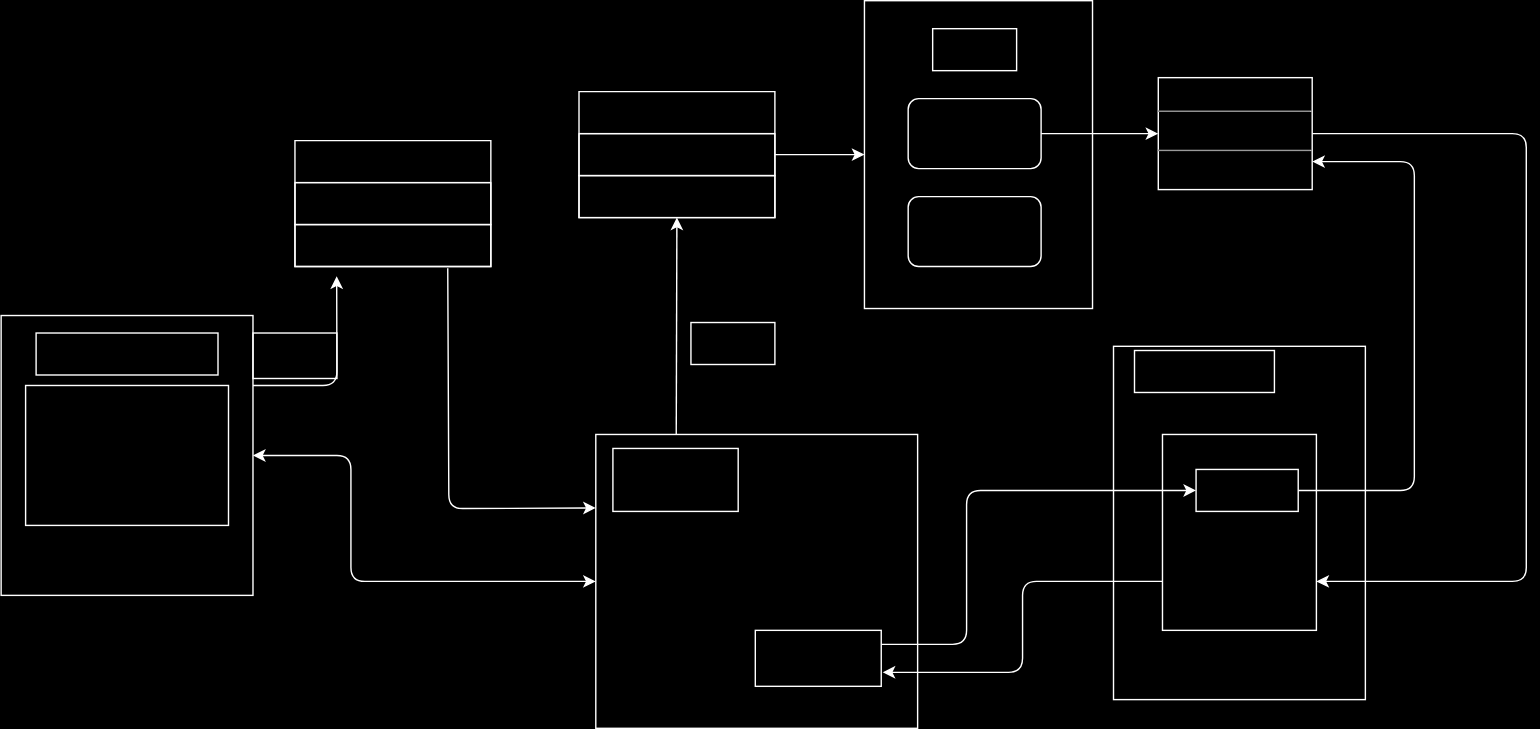
Before: chrx/bridge.drawio.svg, a diagram exported from draw.io (chrxer/chrx-design). Source tidied: cells renumbered, new cells last; positions are measured from the earlier drawing's top-left corner, leaving out a move shared by most shapes.
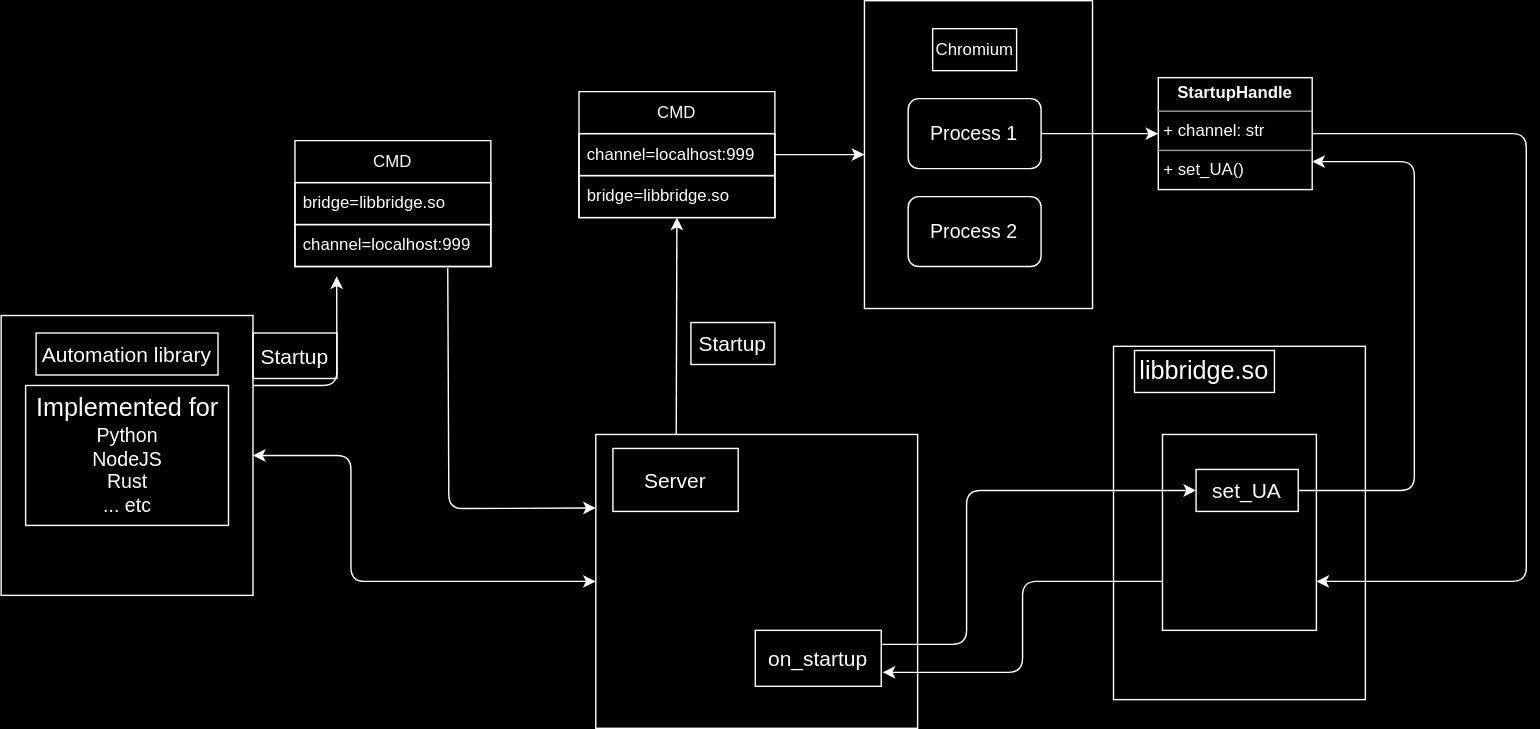
After the commit.

Commit message:
make text white

Diff of the diagram source:
```diff
@@ -2,22 +2,22 @@
   <root>
     <mxCell id="0" />
     <mxCell id="1" parent="0" />
-    <mxCell id="2" style="rounded=0;whiteSpace=wrap;html=1;fillColor=none;strokeColor=#FFFFFF;" parent="1" vertex="1">
+    <mxCell id="2" style="rounded=0;whiteSpace=wrap;html=1;fillColor=none;strokeColor=#FFFFFF;fontColor=#FFFFFF;" parent="1" vertex="1">
       <mxGeometry x="617" width="163" height="220" as="geometry" />
     </mxCell>
-    <mxCell id="3" value="CMD" style="swimlane;fontStyle=0;horizontal=1;startSize=30;whiteSpace=wrap;html=1;fillColor=none;strokeColor=#FFFFFF;" parent="1" vertex="1">
+    <mxCell id="3" value="CMD" style="swimlane;fontStyle=0;horizontal=1;startSize=30;whiteSpace=wrap;html=1;fillColor=none;strokeColor=#FFFFFF;fontColor=#FFFFFF;" parent="1" vertex="1">
       <mxGeometry x="413" y="65" width="140" height="90" as="geometry" />
     </mxCell>
-    <mxCell id="4" value="channel=localhost:999" style="text;strokeColor=#FFFFFF;fillColor=none;align=left;verticalAlign=middle;spacingLeft=4;spacingRight=4;overflow=hidden;points=[[0,0.5],[1,0.5]];portConstraint=eastwest;whiteSpace=wrap;html=1;" parent="3" vertex="1">
+    <mxCell id="4" value="channel=localhost:999" style="text;strokeColor=#FFFFFF;fillColor=none;align=left;verticalAlign=middle;spacingLeft=4;spacingRight=4;overflow=hidden;points=[[0,0.5],[1,0.5]];portConstraint=eastwest;whiteSpace=wrap;html=1;fontColor=#FFFFFF;" parent="3" vertex="1">
       <mxGeometry y="30" width="140" height="30" as="geometry" />
     </mxCell>
-    <mxCell id="5" value="bridge=libbridge.so" style="text;strokeColor=#FFFFFF;fillColor=none;align=left;verticalAlign=middle;spacingLeft=4;spacingRight=4;overflow=hidden;points=[[0,0.5],[1,0.5]];portConstraint=eastwest;whiteSpace=wrap;html=1;" parent="3" vertex="1">
+    <mxCell id="5" value="bridge=libbridge.so" style="text;strokeColor=#FFFFFF;fillColor=none;align=left;verticalAlign=middle;spacingLeft=4;spacingRight=4;overflow=hidden;points=[[0,0.5],[1,0.5]];portConstraint=eastwest;whiteSpace=wrap;html=1;fontColor=#FFFFFF;" parent="3" vertex="1">
       <mxGeometry y="60" width="140" height="30" as="geometry" />
     </mxCell>
-    <mxCell id="6" style="edgeStyle=none;html=1;exitX=1;exitY=0.5;exitDx=0;exitDy=0;entryX=0;entryY=0.5;entryDx=0;entryDy=0;strokeColor=#FFFFFF;" parent="1" edge="1" source="4" target="2">
+    <mxCell id="6" style="edgeStyle=none;html=1;exitX=1;exitY=0.5;exitDx=0;exitDy=0;entryX=0;entryY=0.5;entryDx=0;entryDy=0;strokeColor=#FFFFFF;fontColor=#FFFFFF;" parent="1" edge="1" source="4" target="2">
       <mxGeometry relative="1" as="geometry" />
     </mxCell>
-    <mxCell id="7" style="edgeStyle=none;html=1;exitX=1;exitY=0.5;exitDx=0;exitDy=0;fontSize=15;entryX=1;entryY=0.75;entryDx=0;entryDy=0;strokeColor=#FFFFFF;" parent="1" edge="1" source="8" target="23">
+    <mxCell id="7" style="edgeStyle=none;html=1;exitX=1;exitY=0.5;exitDx=0;exitDy=0;fontSize=15;entryX=1;entryY=0.75;entryDx=0;entryDy=0;strokeColor=#FFFFFF;fontColor=#FFFFFF;" parent="1" edge="1" source="8" target="23">
       <mxGeometry relative="1" as="geometry">
         <Array as="points">
           <mxPoint x="1090" y="95" />
@@ -25,49 +25,49 @@
         </Array>
       </mxGeometry>
     </mxCell>
-    <mxCell id="8" value="&lt;p style=&quot;margin:0px;margin-top:4px;text-align:center;&quot;&gt;&lt;b&gt;StartupHandle&lt;/b&gt;&lt;/p&gt;&lt;hr size=&quot;1&quot;&gt;&lt;p style=&quot;margin:0px;margin-left:4px;&quot;&gt;+ channel: str&amp;nbsp;&lt;/p&gt;&lt;hr size=&quot;1&quot;&gt;&lt;p style=&quot;margin:0px;margin-left:4px;&quot;&gt;+ set_UA()&lt;/p&gt;" style="verticalAlign=top;align=left;overflow=fill;fontSize=12;fontFamily=Helvetica;html=1;fillColor=none;strokeColor=#FFFFFF;" parent="1" vertex="1">
+    <mxCell id="8" value="&lt;p style=&quot;margin:0px;margin-top:4px;text-align:center;&quot;&gt;&lt;b&gt;StartupHandle&lt;/b&gt;&lt;/p&gt;&lt;hr size=&quot;1&quot;&gt;&lt;p style=&quot;margin:0px;margin-left:4px;&quot;&gt;+ channel: str&amp;nbsp;&lt;/p&gt;&lt;hr size=&quot;1&quot;&gt;&lt;p style=&quot;margin:0px;margin-left:4px;&quot;&gt;+ set_UA()&lt;/p&gt;" style="verticalAlign=top;align=left;overflow=fill;fontSize=12;fontFamily=Helvetica;html=1;fillColor=none;strokeColor=#FFFFFF;fontColor=#FFFFFF;" parent="1" vertex="1">
       <mxGeometry x="827" y="55" width="110" height="80" as="geometry" />
     </mxCell>
-    <mxCell id="9" style="edgeStyle=none;html=1;exitX=1;exitY=0.5;exitDx=0;exitDy=0;entryX=0;entryY=0.5;entryDx=0;entryDy=0;strokeColor=#FFFFFF;" parent="1" edge="1" source="10" target="8">
+    <mxCell id="9" style="edgeStyle=none;html=1;exitX=1;exitY=0.5;exitDx=0;exitDy=0;entryX=0;entryY=0.5;entryDx=0;entryDy=0;strokeColor=#FFFFFF;fontColor=#FFFFFF;" parent="1" edge="1" source="10" target="8">
       <mxGeometry relative="1" as="geometry" />
     </mxCell>
-    <mxCell id="10" value="&lt;font style=&quot;font-size: 14px;&quot;&gt;Process 1&lt;/font&gt;" style="rounded=1;whiteSpace=wrap;html=1;fillColor=none;strokeColor=#FFFFFF;" parent="1" vertex="1">
+    <mxCell id="10" value="&lt;font style=&quot;font-size: 14px;&quot;&gt;Process 1&lt;/font&gt;" style="rounded=1;whiteSpace=wrap;html=1;fillColor=none;strokeColor=#FFFFFF;fontColor=#FFFFFF;" parent="1" vertex="1">
       <mxGeometry x="648.2" y="70" width="95" height="50" as="geometry" />
     </mxCell>
-    <mxCell id="11" value="&lt;font style=&quot;font-size: 14px;&quot;&gt;Process 2&lt;/font&gt;" style="rounded=1;whiteSpace=wrap;html=1;fillColor=none;strokeColor=#FFFFFF;" parent="1" vertex="1">
+    <mxCell id="11" value="&lt;font style=&quot;font-size: 14px;&quot;&gt;Process 2&lt;/font&gt;" style="rounded=1;whiteSpace=wrap;html=1;fillColor=none;strokeColor=#FFFFFF;fontColor=#FFFFFF;" parent="1" vertex="1">
       <mxGeometry x="648.2" y="140" width="95" height="50" as="geometry" />
     </mxCell>
-    <mxCell id="12" value="Chromium" style="text;html=1;strokeColor=#FFFFFF;fillColor=none;align=center;verticalAlign=middle;whiteSpace=wrap;rounded=0;" parent="1" vertex="1">
+    <mxCell id="12" value="Chromium" style="text;html=1;strokeColor=#FFFFFF;fillColor=none;align=center;verticalAlign=middle;whiteSpace=wrap;rounded=0;fontColor=#FFFFFF;" parent="1" vertex="1">
       <mxGeometry x="665.8" y="20" width="60" height="30" as="geometry" />
     </mxCell>
-    <mxCell id="13" style="rounded=0;whiteSpace=wrap;html=1;fillColor=none;strokeColor=#FFFFFF;" parent="1" vertex="1">
+    <mxCell id="13" style="rounded=0;whiteSpace=wrap;html=1;fillColor=none;strokeColor=#FFFFFF;fontColor=#FFFFFF;" parent="1" vertex="1">
       <mxGeometry x="795" y="247" width="180" height="252.5" as="geometry" />
     </mxCell>
-    <mxCell id="14" value="&lt;font style=&quot;font-size: 18px;&quot;&gt;libbridge.so&lt;/font&gt;" style="text;html=1;strokeColor=#FFFFFF;fillColor=none;align=center;verticalAlign=middle;whiteSpace=wrap;rounded=0;fontSize=18;" parent="1" vertex="1">
+    <mxCell id="14" value="&lt;font style=&quot;font-size: 18px;&quot;&gt;libbridge.so&lt;/font&gt;" style="text;html=1;strokeColor=#FFFFFF;fillColor=none;align=center;verticalAlign=middle;whiteSpace=wrap;rounded=0;fontSize=18;fontColor=#FFFFFF;" parent="1" vertex="1">
       <mxGeometry x="810" y="250" width="100" height="30" as="geometry" />
     </mxCell>
-    <mxCell id="15" value="CMD" style="swimlane;fontStyle=0;horizontal=1;startSize=30;whiteSpace=wrap;html=1;fillColor=none;strokeColor=#FFFFFF;" parent="1" vertex="1">
+    <mxCell id="15" value="CMD" style="swimlane;fontStyle=0;horizontal=1;startSize=30;whiteSpace=wrap;html=1;fillColor=none;strokeColor=#FFFFFF;fontColor=#FFFFFF;" parent="1" vertex="1">
       <mxGeometry x="210" y="100" width="140" height="90" as="geometry" />
     </mxCell>
-    <mxCell id="16" value="bridge=libbridge.so" style="text;strokeColor=#FFFFFF;fillColor=none;align=left;verticalAlign=middle;spacingLeft=4;spacingRight=4;overflow=hidden;whiteSpace=wrap;html=1;" parent="15" vertex="1">
+    <mxCell id="16" value="bridge=libbridge.so" style="text;strokeColor=#FFFFFF;fillColor=none;align=left;verticalAlign=middle;spacingLeft=4;spacingRight=4;overflow=hidden;whiteSpace=wrap;html=1;fontColor=#FFFFFF;" parent="15" vertex="1">
       <mxGeometry y="30" width="140" height="30" as="geometry" />
     </mxCell>
-    <mxCell id="17" value="channel=localhost:999" style="text;strokeColor=#FFFFFF;fillColor=none;align=left;verticalAlign=middle;spacingLeft=4;spacingRight=4;overflow=hidden;points=[[0,0.5],[1,0.5]];portConstraint=eastwest;whiteSpace=wrap;html=1;" parent="15" vertex="1">
+    <mxCell id="17" value="channel=localhost:999" style="text;strokeColor=#FFFFFF;fillColor=none;align=left;verticalAlign=middle;spacingLeft=4;spacingRight=4;overflow=hidden;points=[[0,0.5],[1,0.5]];portConstraint=eastwest;whiteSpace=wrap;html=1;fontColor=#FFFFFF;" parent="15" vertex="1">
       <mxGeometry y="60" width="140" height="30" as="geometry" />
     </mxCell>
-    <mxCell id="18" value="Startup" style="text;html=1;strokeColor=#FFFFFF;fillColor=none;align=center;verticalAlign=middle;whiteSpace=wrap;rounded=0;fontSize=15;" parent="1" vertex="1">
+    <mxCell id="18" value="Startup" style="text;html=1;strokeColor=#FFFFFF;fillColor=none;align=center;verticalAlign=middle;whiteSpace=wrap;rounded=0;fontSize=15;fontColor=#FFFFFF;" parent="1" vertex="1">
       <mxGeometry x="493" y="230" width="60" height="30" as="geometry" />
     </mxCell>
-    <mxCell id="19" style="edgeStyle=none;html=1;exitX=0.25;exitY=0;exitDx=0;exitDy=0;fontSize=15;strokeColor=#FFFFFF;" parent="1" edge="1" source="20" target="5">
+    <mxCell id="19" style="edgeStyle=none;html=1;exitX=0.25;exitY=0;exitDx=0;exitDy=0;fontSize=15;strokeColor=#FFFFFF;fontColor=#FFFFFF;" parent="1" edge="1" source="20" target="5">
       <mxGeometry relative="1" as="geometry" />
     </mxCell>
-    <mxCell id="20" style="rounded=0;whiteSpace=wrap;html=1;fillColor=none;strokeColor=#FFFFFF;" parent="1" vertex="1">
+    <mxCell id="20" style="rounded=0;whiteSpace=wrap;html=1;fillColor=none;strokeColor=#FFFFFF;fontColor=#FFFFFF;" parent="1" vertex="1">
       <mxGeometry x="425" y="310" width="230" height="210" as="geometry" />
     </mxCell>
-    <mxCell id="21" value="Server" style="text;html=1;strokeColor=#FFFFFF;fillColor=none;align=center;verticalAlign=middle;whiteSpace=wrap;rounded=0;fontSize=15;" parent="1" vertex="1">
+    <mxCell id="21" value="Server" style="text;html=1;strokeColor=#FFFFFF;fillColor=none;align=center;verticalAlign=middle;whiteSpace=wrap;rounded=0;fontSize=15;fontColor=#FFFFFF;" parent="1" vertex="1">
       <mxGeometry x="437.2" y="320" width="89.5" height="45" as="geometry" />
     </mxCell>
-    <mxCell id="22" style="edgeStyle=none;html=1;exitX=0;exitY=0.75;exitDx=0;exitDy=0;fontSize=15;strokeColor=#FFFFFF;" parent="1" edge="1" source="23">
+    <mxCell id="22" style="edgeStyle=none;html=1;exitX=0;exitY=0.75;exitDx=0;exitDy=0;fontSize=15;strokeColor=#FFFFFF;fontColor=#FFFFFF;" parent="1" edge="1" source="23">
       <mxGeometry relative="1" as="geometry">
         <mxPoint x="630" y="480" as="targetPoint" />
         <Array as="points">
@@ -76,10 +76,10 @@
         </Array>
       </mxGeometry>
     </mxCell>
-    <mxCell id="23" style="rounded=0;whiteSpace=wrap;html=1;fontSize=15;fillColor=none;strokeColor=#FFFFFF;" parent="1" vertex="1">
+    <mxCell id="23" style="rounded=0;whiteSpace=wrap;html=1;fontSize=15;fillColor=none;strokeColor=#FFFFFF;fontColor=#FFFFFF;" parent="1" vertex="1">
       <mxGeometry x="830" y="310" width="110" height="140" as="geometry" />
     </mxCell>
-    <mxCell id="24" style="edgeStyle=none;html=1;exitX=1;exitY=0.25;exitDx=0;exitDy=0;entryX=0;entryY=0.5;entryDx=0;entryDy=0;fontSize=15;strokeColor=#FFFFFF;" parent="1" edge="1" source="25" target="30">
+    <mxCell id="24" style="edgeStyle=none;html=1;exitX=1;exitY=0.25;exitDx=0;exitDy=0;entryX=0;entryY=0.5;entryDx=0;entryDy=0;fontSize=15;strokeColor=#FFFFFF;fontColor=#FFFFFF;" parent="1" edge="1" source="25" target="30">
       <mxGeometry relative="1" as="geometry">
         <Array as="points">
           <mxPoint x="690" y="460" />
@@ -87,23 +87,23 @@
         </Array>
       </mxGeometry>
     </mxCell>
-    <mxCell id="25" value="on_startup" style="rounded=0;whiteSpace=wrap;html=1;fontSize=15;fillColor=none;strokeColor=#FFFFFF;" parent="1" vertex="1">
+    <mxCell id="25" value="on_startup" style="rounded=0;whiteSpace=wrap;html=1;fontSize=15;fillColor=none;strokeColor=#FFFFFF;fontColor=#FFFFFF;" parent="1" vertex="1">
       <mxGeometry x="539" y="450" width="90" height="40" as="geometry" />
     </mxCell>
-    <mxCell id="26" style="edgeStyle=none;html=1;exitX=1;exitY=0.25;exitDx=0;exitDy=0;entryX=0.213;entryY=1.233;entryDx=0;entryDy=0;fontSize=15;entryPerimeter=0;strokeColor=#FFFFFF;" parent="1" edge="1" source="27" target="17">
+    <mxCell id="26" style="edgeStyle=none;html=1;exitX=1;exitY=0.25;exitDx=0;exitDy=0;entryX=0.213;entryY=1.233;entryDx=0;entryDy=0;fontSize=15;entryPerimeter=0;strokeColor=#FFFFFF;fontColor=#FFFFFF;" parent="1" edge="1" source="27" target="17">
       <mxGeometry relative="1" as="geometry">
         <Array as="points">
           <mxPoint x="240" y="275" />
         </Array>
       </mxGeometry>
     </mxCell>
-    <mxCell id="27" style="rounded=0;whiteSpace=wrap;html=1;fontSize=15;fillColor=none;strokeColor=#FFFFFF;" parent="1" vertex="1">
+    <mxCell id="27" style="rounded=0;whiteSpace=wrap;html=1;fontSize=15;fillColor=none;strokeColor=#FFFFFF;fontColor=#FFFFFF;" parent="1" vertex="1">
       <mxGeometry y="225" width="180" height="200" as="geometry" />
     </mxCell>
-    <mxCell id="28" value="Automation library" style="text;html=1;strokeColor=#FFFFFF;fillColor=none;align=center;verticalAlign=middle;whiteSpace=wrap;rounded=0;fontSize=15;" parent="1" vertex="1">
+    <mxCell id="28" value="Automation library" style="text;html=1;strokeColor=#FFFFFF;fillColor=none;align=center;verticalAlign=middle;whiteSpace=wrap;rounded=0;fontSize=15;fontColor=#FFFFFF;" parent="1" vertex="1">
       <mxGeometry x="25" y="237.5" width="130" height="30" as="geometry" />
     </mxCell>
-    <mxCell id="29" style="edgeStyle=none;html=1;exitX=1;exitY=0.5;exitDx=0;exitDy=0;entryX=1;entryY=0.75;entryDx=0;entryDy=0;fontSize=15;strokeColor=#FFFFFF;" parent="1" edge="1" source="30" target="8">
+    <mxCell id="29" style="edgeStyle=none;html=1;exitX=1;exitY=0.5;exitDx=0;exitDy=0;entryX=1;entryY=0.75;entryDx=0;entryDy=0;fontSize=15;strokeColor=#FFFFFF;fontColor=#FFFFFF;" parent="1" edge="1" source="30" target="8">
       <mxGeometry relative="1" as="geometry">
         <Array as="points">
           <mxPoint x="1010" y="350" />
@@ -111,13 +111,13 @@
         </Array>
       </mxGeometry>
     </mxCell>
-    <mxCell id="30" value="set_UA" style="rounded=0;whiteSpace=wrap;html=1;fontSize=15;fillColor=none;strokeColor=#FFFFFF;" parent="1" vertex="1">
+    <mxCell id="30" value="set_UA" style="rounded=0;whiteSpace=wrap;html=1;fontSize=15;fillColor=none;strokeColor=#FFFFFF;fontColor=#FFFFFF;" parent="1" vertex="1">
       <mxGeometry x="854" y="335" width="73" height="30" as="geometry" />
     </mxCell>
-    <mxCell id="31" value="Startup" style="text;html=1;strokeColor=#FFFFFF;fillColor=none;align=center;verticalAlign=middle;whiteSpace=wrap;rounded=0;fontSize=15;" parent="1" vertex="1">
+    <mxCell id="31" value="Startup" style="text;html=1;strokeColor=#FFFFFF;fillColor=none;align=center;verticalAlign=middle;whiteSpace=wrap;rounded=0;fontSize=15;fontColor=#FFFFFF;" parent="1" vertex="1">
       <mxGeometry x="180" y="237.5" width="60" height="32.5" as="geometry" />
     </mxCell>
-    <mxCell id="32" style="endArrow=classic;startArrow=classic;html=1;fontSize=15;exitX=1;exitY=0.5;exitDx=0;exitDy=0;entryX=0;entryY=0.5;entryDx=0;entryDy=0;strokeColor=#FFFFFF;" parent="1" edge="1" source="27" target="20">
+    <mxCell id="32" style="endArrow=classic;startArrow=classic;html=1;fontSize=15;exitX=1;exitY=0.5;exitDx=0;exitDy=0;entryX=0;entryY=0.5;entryDx=0;entryDy=0;strokeColor=#FFFFFF;fontColor=#FFFFFF;" parent="1" edge="1" source="27" target="20">
       <mxGeometry relative="1" as="geometry">
         <Array as="points">
           <mxPoint x="250" y="325" />
@@ -125,14 +125,14 @@
         </Array>
       </mxGeometry>
     </mxCell>
-    <mxCell id="33" style="edgeStyle=none;html=1;exitX=0.78;exitY=1.043;exitDx=0;exitDy=0;entryX=0;entryY=0.25;entryDx=0;entryDy=0;exitPerimeter=0;strokeColor=#FFFFFF;" parent="1" edge="1" source="17" target="20">
+    <mxCell id="33" style="edgeStyle=none;html=1;exitX=0.78;exitY=1.043;exitDx=0;exitDy=0;entryX=0;entryY=0.25;entryDx=0;entryDy=0;exitPerimeter=0;strokeColor=#FFFFFF;fontColor=#FFFFFF;" parent="1" edge="1" source="17" target="20">
       <mxGeometry relative="1" as="geometry">
         <Array as="points">
           <mxPoint x="320" y="363" />
         </Array>
       </mxGeometry>
     </mxCell>
-    <mxCell id="34" value="&lt;font style=&quot;&quot;&gt;&lt;span style=&quot;font-size: 18px;&quot;&gt;Implemented for&lt;/span&gt;&lt;br&gt;&lt;font style=&quot;font-size: 14px;&quot;&gt;Python&lt;br&gt;NodeJS&lt;br&gt;Rust&lt;br&gt;... etc&lt;/font&gt;&lt;br&gt;&lt;/font&gt;" style="text;html=1;strokeColor=#FFFFFF;fillColor=none;align=center;verticalAlign=middle;whiteSpace=wrap;rounded=0;" parent="1" vertex="1">
+    <mxCell id="34" value="&lt;font style=&quot;&quot;&gt;&lt;span style=&quot;font-size: 18px;&quot;&gt;Implemented for&lt;/span&gt;&lt;br&gt;&lt;font style=&quot;font-size: 14px;&quot;&gt;Python&lt;br&gt;NodeJS&lt;br&gt;Rust&lt;br&gt;... etc&lt;/font&gt;&lt;br&gt;&lt;/font&gt;" style="text;html=1;strokeColor=#FFFFFF;fillColor=none;align=center;verticalAlign=middle;whiteSpace=wrap;rounded=0;fontColor=#FFFFFF;" parent="1" vertex="1">
       <mxGeometry x="17.5" y="275" width="145" height="100" as="geometry" />
     </mxCell>
   </root>
```
